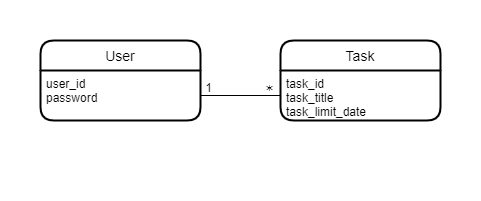
Above: docs/DB設計/ER図.drawio.png in about-yy/ts-todo-app (draw.io), before the change. Source tidied: cells renumbered, new cells last; positions are measured from the earlier drawing's top-left corner, leaving out a move shared by most shapes.
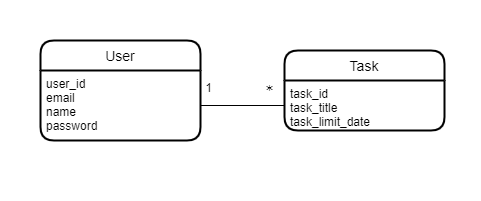
The same diagram one commit later.

Commit message:
テーブル設計を更新

Change to the diagram source:
```diff
@@ -6,13 +6,13 @@
       <mxGeometry width="480" height="200" as="geometry" />
     </mxCell>
     <mxCell id="3" value="User" style="swimlane;horizontal=1;startSize=30;rounded=1;fontSize=14;fontStyle=0;strokeWidth=2;shadow=0;dashed=0;align=center;" parent="1" vertex="1">
-      <mxGeometry x="40" y="40" width="160" height="80" as="geometry" />
+      <mxGeometry x="40" y="40" width="160" height="100" as="geometry" />
     </mxCell>
-    <mxCell id="4" value="user_id&#10;password" style="align=left;strokeColor=none;fillColor=none;spacingLeft=4;fontSize=12;verticalAlign=top;" parent="3" vertex="1">
-      <mxGeometry y="30" width="160" height="50" as="geometry" />
+    <mxCell id="4" value="user_id&#10;email&#10;name&#10;password" style="align=left;strokeColor=none;fillColor=none;spacingLeft=4;fontSize=12;verticalAlign=top;" parent="3" vertex="1">
+      <mxGeometry y="30" width="160" height="70" as="geometry" />
     </mxCell>
     <mxCell id="5" value="Task" style="swimlane;horizontal=1;startSize=30;rounded=1;fontSize=14;fontStyle=0;strokeWidth=2;shadow=0;dashed=0;align=center;" parent="1" vertex="1">
-      <mxGeometry x="280" y="40" width="160" height="80" as="geometry" />
+      <mxGeometry x="284" y="50" width="160" height="80" as="geometry" />
     </mxCell>
     <mxCell id="6" value="task_id&#10;task_title&#10;task_limit_date" style="align=left;strokeColor=none;fillColor=none;spacingLeft=4;fontSize=12;verticalAlign=top;" parent="5" vertex="1">
       <mxGeometry y="30" width="160" height="50" as="geometry" />
```
